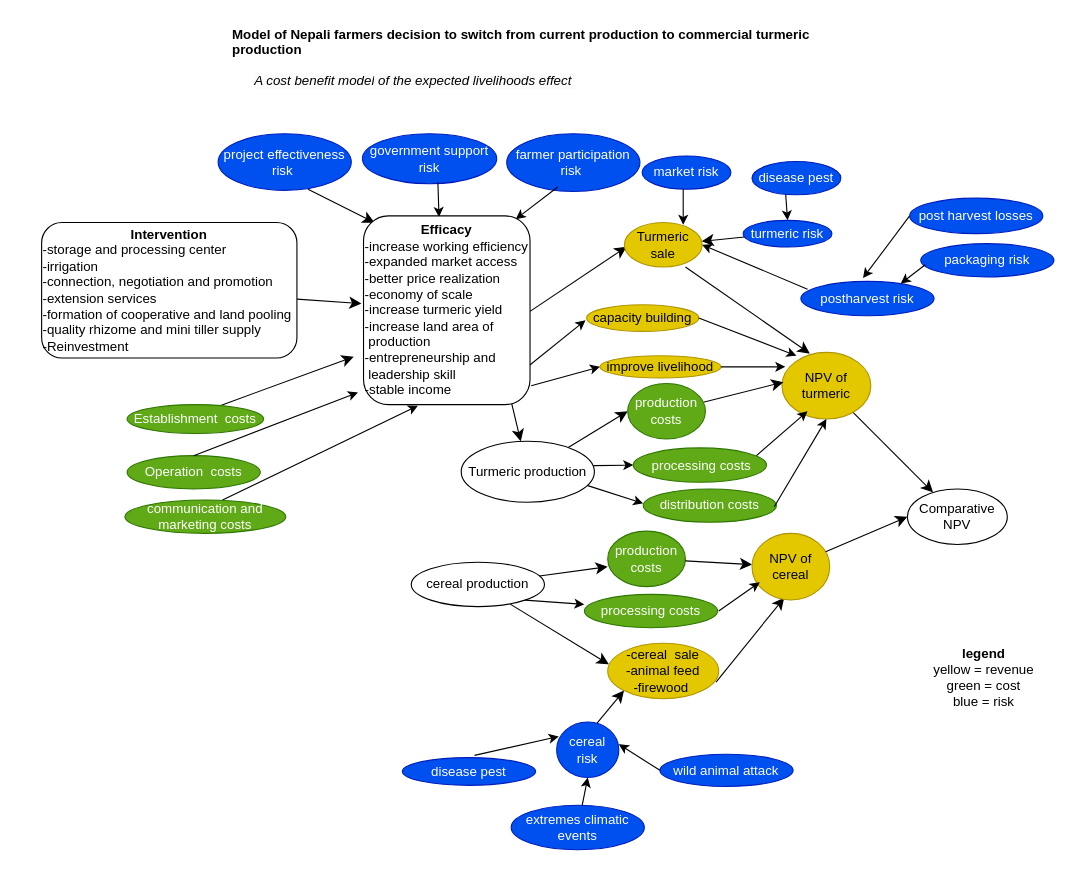
This is Untitled Diagram.drawio from AditiBista/nepal_turmeric, a draw.io file, before an edit. Source tidied: cells renumbered, new cells numbered last; positions are measured from the earlier drawing's top-left corner, leaving out a move shared by most shapes. Both pictures are drawn from the tidied source at 111%, with x=0, y=0 at pixel (41, 19).
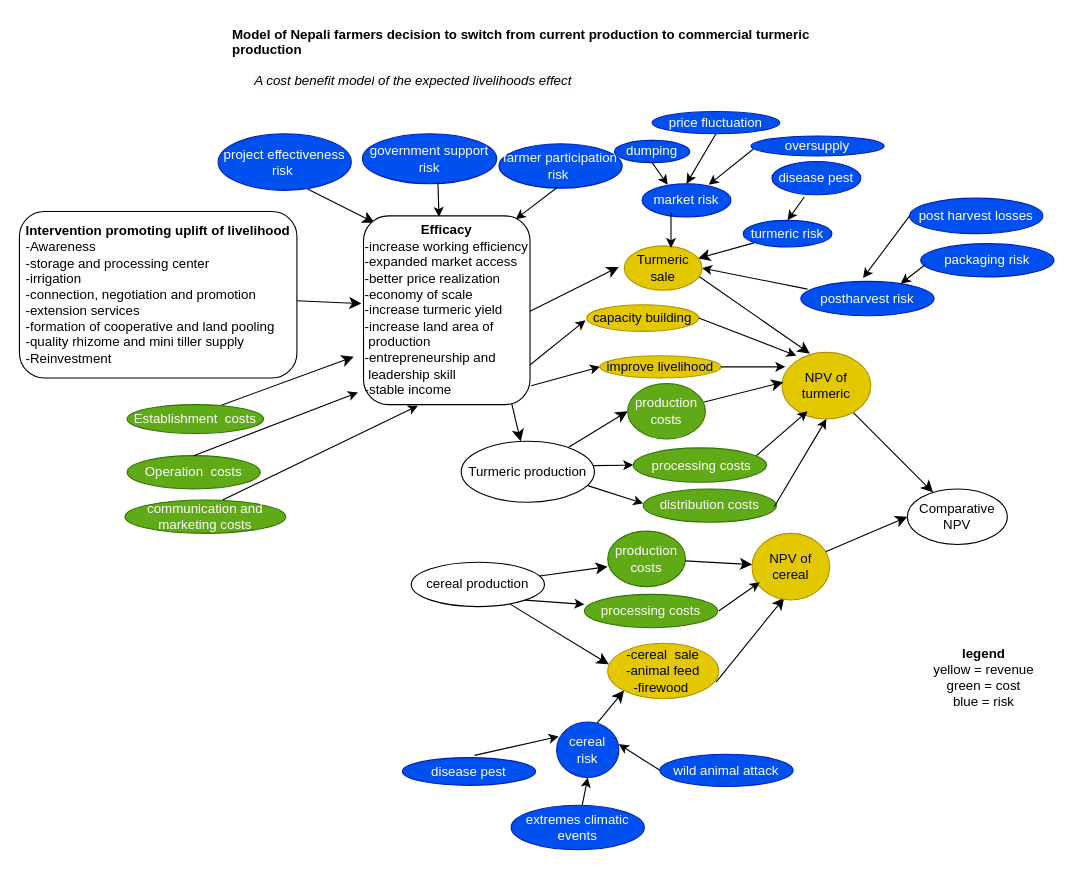
The same diagram, later.

Unchanged cells that the change refers to:
```xml
<mxCell id="19" value="turmeric risk" style="ellipse;whiteSpace=wrap;html=1;fontSize=12;strokeWidth=1;labelBackgroundColor=none;fillColor=#0050ef;fontColor=#ffffff;strokeColor=#001DBC;" parent="1" vertex="1">
  <mxGeometry x="632" y="181" width="80" height="24" as="geometry" />
</mxCell>
```

Diff of the diagram source:
```diff
@@
-    <mxCell id="6" style="edgeStyle=none;curved=1;rounded=0;orthogonalLoop=1;jettySize=auto;html=1;entryX=-0.029;entryY=0.72;entryDx=0;entryDy=0;fontSize=12;startSize=8;endSize=8;strokeWidth=1;entryPerimeter=0;exitX=1;exitY=0.5;exitDx=0;exitDy=0;" parent="1" edge="1">
+    <mxCell id="6" style="edgeStyle=none;curved=1;rounded=0;orthogonalLoop=1;jettySize=auto;html=1;fontSize=12;startSize=8;endSize=8;strokeWidth=1;exitX=1;exitY=0.5;exitDx=0;exitDy=0;" parent="1" edge="1">
       <mxGeometry relative="1" as="geometry">
         <mxPoint x="440" y="263" as="sourcePoint" />
-        <mxPoint x="527" y="204.8" as="targetPoint" />
+        <mxPoint x="520" y="223" as="targetPoint" />
       </mxGeometry>
     </mxCell>
@@
     <mxCell id="21" value="&lt;font style=&quot;font-size: 12px;&quot;&gt;Turmeric sale&lt;/font&gt;" style="ellipse;whiteSpace=wrap;html=1;fontSize=12;strokeWidth=1;labelBackgroundColor=none;fillColor=#e3c800;fontColor=#000000;strokeColor=#B09500;" parent="1" vertex="1">
-      <mxGeometry x="525" y="183" width="70" height="40" as="geometry" />
+      <mxGeometry x="525" y="204" width="70" height="40" as="geometry" />
     </mxCell>
@@
     <mxCell id="35" value="farmer participation risk&amp;nbsp;" style="ellipse;whiteSpace=wrap;html=1;strokeWidth=1;fontSize=12;labelBackgroundColor=none;fillColor=#0050ef;fontColor=#ffffff;strokeColor=#001DBC;" parent="1" vertex="1">
-      <mxGeometry x="419" y="103" width="120" height="52" as="geometry" />
+      <mxGeometry x="412" y="112" width="111" height="40" as="geometry" />
     </mxCell>
@@
-    <mxCell id="51" value="&lt;b&gt;Intervention &lt;/b&gt;&lt;br&gt;&lt;div style=&quot;text-align: justify;&quot;&gt;-storage and processing center&lt;/div&gt;&lt;div style=&quot;text-align: justify;&quot;&gt;-irrigation&lt;/div&gt;&lt;div style=&quot;text-align: justify;&quot;&gt;-connection, negotiation and promotion&lt;/div&gt;&lt;div style=&quot;text-align: justify;&quot;&gt;-extension services&lt;/div&gt;&lt;div style=&quot;text-align: justify;&quot;&gt;-formation of cooperative and land pooling&amp;nbsp;&lt;/div&gt;&lt;div style=&quot;text-align: justify;&quot;&gt;-quality rhizome and mini tiller supply&lt;/div&gt;&lt;div style=&quot;text-align: justify;&quot;&gt;-Reinvestment&lt;/div&gt;" style="rounded=1;whiteSpace=wrap;html=1;" parent="1" vertex="1">
-      <mxGeometry y="183" width="230" height="122" as="geometry" />
+    <mxCell id="51" value="&lt;b&gt;Intervention promoting uplift of livelihood&lt;/b&gt;&lt;br&gt;&lt;div style=&quot;text-align: justify;&quot;&gt;-Awareness&lt;/div&gt;&lt;div style=&quot;text-align: justify;&quot;&gt;-storage and processing center&lt;/div&gt;&lt;div style=&quot;text-align: justify;&quot;&gt;-irrigation&lt;/div&gt;&lt;div style=&quot;text-align: justify;&quot;&gt;-connection, negotiation and promotion&lt;/div&gt;&lt;div style=&quot;text-align: justify;&quot;&gt;-extension services&lt;/div&gt;&lt;div style=&quot;text-align: justify;&quot;&gt;-formation of cooperative and land pooling&amp;nbsp;&lt;/div&gt;&lt;div style=&quot;text-align: justify;&quot;&gt;-quality rhizome and mini tiller supply&lt;/div&gt;&lt;div style=&quot;text-align: justify;&quot;&gt;-Reinvestment&lt;/div&gt;" style="rounded=1;whiteSpace=wrap;html=1;" parent="1" vertex="1">
+      <mxGeometry x="-20" y="173" width="250" height="150" as="geometry" />
     </mxCell>
     <mxCell id="52" value="market risk" style="ellipse;whiteSpace=wrap;html=1;labelBackgroundColor=none;fillColor=#0050ef;fontColor=#ffffff;strokeColor=#001DBC;" parent="1" vertex="1">
-      <mxGeometry x="541" y="123" width="80" height="30" as="geometry" />
+      <mxGeometry x="541" y="148" width="80" height="30" as="geometry" />
     </mxCell>
     <mxCell id="53" style="endArrow=classic;html=1;rounded=0;entryX=0.743;entryY=0.05;entryDx=0;entryDy=0;entryPerimeter=0;" parent="1" edge="1">
       <mxGeometry relative="1" as="geometry">
-        <mxPoint x="578" y="153" as="sourcePoint" />
-        <mxPoint x="578" y="185" as="targetPoint" />
+        <mxPoint x="567" y="174" as="sourcePoint" />
+        <mxPoint x="567" y="206" as="targetPoint" />
       </mxGeometry>
     </mxCell>
@@
-    <mxCell id="74" style="endArrow=classic;html=1;rounded=0;entryX=0.5;entryY=0;entryDx=0;entryDy=0;" parent="1" edge="1" target="19">
-      <mxGeometry relative="1" as="geometry">
-        <mxPoint x="670" y="153" as="sourcePoint" />
-      </mxGeometry>
+    <mxCell id="74" style="endArrow=classic;html=1;rounded=0;entryX=0.5;entryY=0;entryDx=0;entryDy=0;exitX=0.363;exitY=1.067;exitDx=0;exitDy=0;exitPerimeter=0;" parent="1" edge="1" source="75" target="19">
+      <mxGeometry relative="1" as="geometry" />
     </mxCell>
     <mxCell id="75" value="disease pest" style="ellipse;whiteSpace=wrap;html=1;fillColor=#0050ef;fontColor=#ffffff;strokeColor=#001DBC;" parent="1" vertex="1">
-      <mxGeometry x="640" y="128" width="80" height="30" as="geometry" />
+      <mxGeometry x="658" y="128" width="80" height="30" as="geometry" />
     </mxCell>
+    <mxCell id="76" value="dumping" style="ellipse;whiteSpace=wrap;html=1;fillColor=#0050ef;fontColor=#ffffff;strokeColor=#001DBC;" parent="1" vertex="1">
+      <mxGeometry x="516" y="109" width="68" height="20" as="geometry" />
+    </mxCell>
+    <mxCell id="77" value="oversupply" style="ellipse;whiteSpace=wrap;html=1;fillColor=#0050ef;fontColor=#ffffff;strokeColor=#001DBC;" parent="1" vertex="1">
+      <mxGeometry x="639" y="105" width="120" height="18" as="geometry" />
+    </mxCell>
+    <mxCell id="78" style="endArrow=classic;html=1;rounded=0;exitX=0.5;exitY=1;exitDx=0;exitDy=0;entryX=0.288;entryY=0.033;entryDx=0;entryDy=0;entryPerimeter=0;" parent="1" edge="1" source="76" target="52">
+      <mxGeometry relative="1" as="geometry" />
+    </mxCell>
+    <mxCell id="79" value="price fluctuation" style="ellipse;whiteSpace=wrap;html=1;fillColor=#0050ef;fontColor=#ffffff;strokeColor=#001DBC;" parent="1" vertex="1">
+      <mxGeometry x="550" y="83" width="115" height="20" as="geometry" />
+    </mxCell>
+    <mxCell id="80" style="endArrow=classic;html=1;rounded=0;exitX=0.5;exitY=1;exitDx=0;exitDy=0;entryX=0.5;entryY=0;entryDx=0;entryDy=0;" parent="1" edge="1" source="79" target="52">
+      <mxGeometry relative="1" as="geometry" />
+    </mxCell>
+    <mxCell id="81" style="endArrow=classic;html=1;rounded=0;exitX=0.008;exitY=0.889;exitDx=0;exitDy=0;exitPerimeter=0;" parent="1" edge="1">
+      <mxGeometry relative="1" as="geometry">
+        <mxPoint x="641" y="117" as="sourcePoint" />
+        <mxPoint x="601" y="149" as="targetPoint" />
+      </mxGeometry>
+    </mxCell>
```
